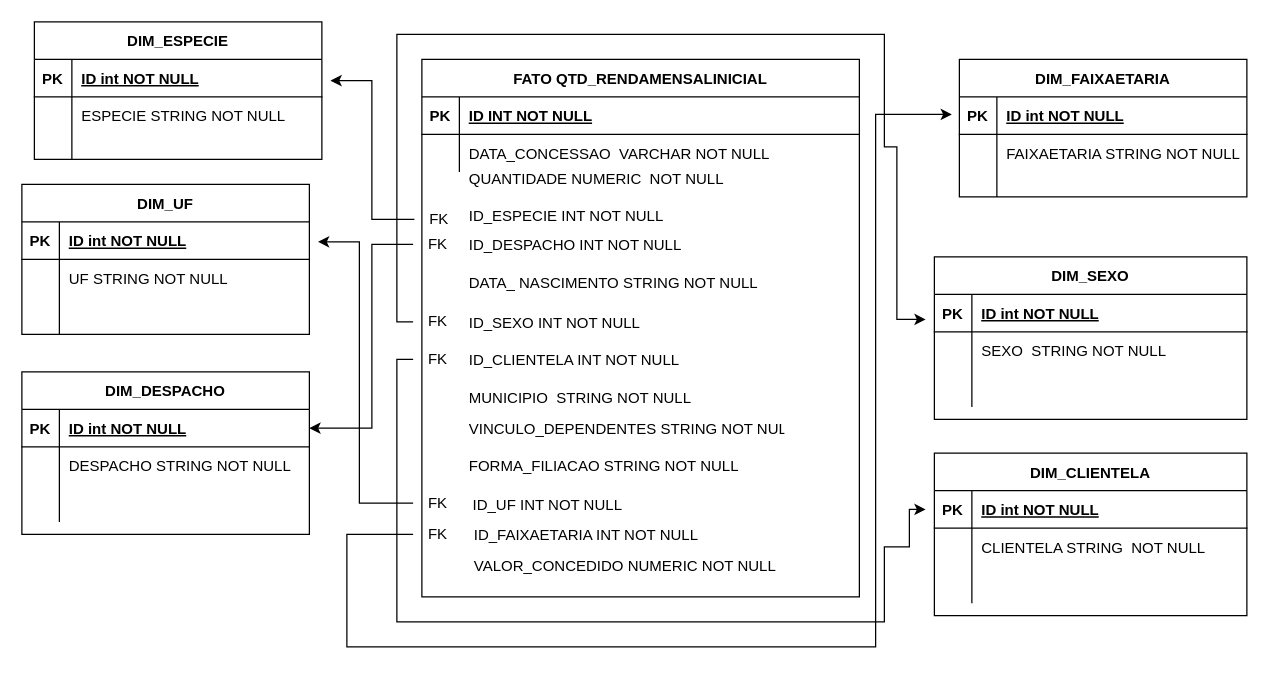
Before: Untitled Diagram.drawio in brunamedeiiros/tccpuc, a draw.io diagram. Source tidied: cells renumbered, new cells numbered last; positions are measured from the earlier drawing's top-left corner, leaving out a move shared by most shapes. Both pictures are drawn from the tidied source at 125%, with x=0, y=0 at pixel (21, 21).
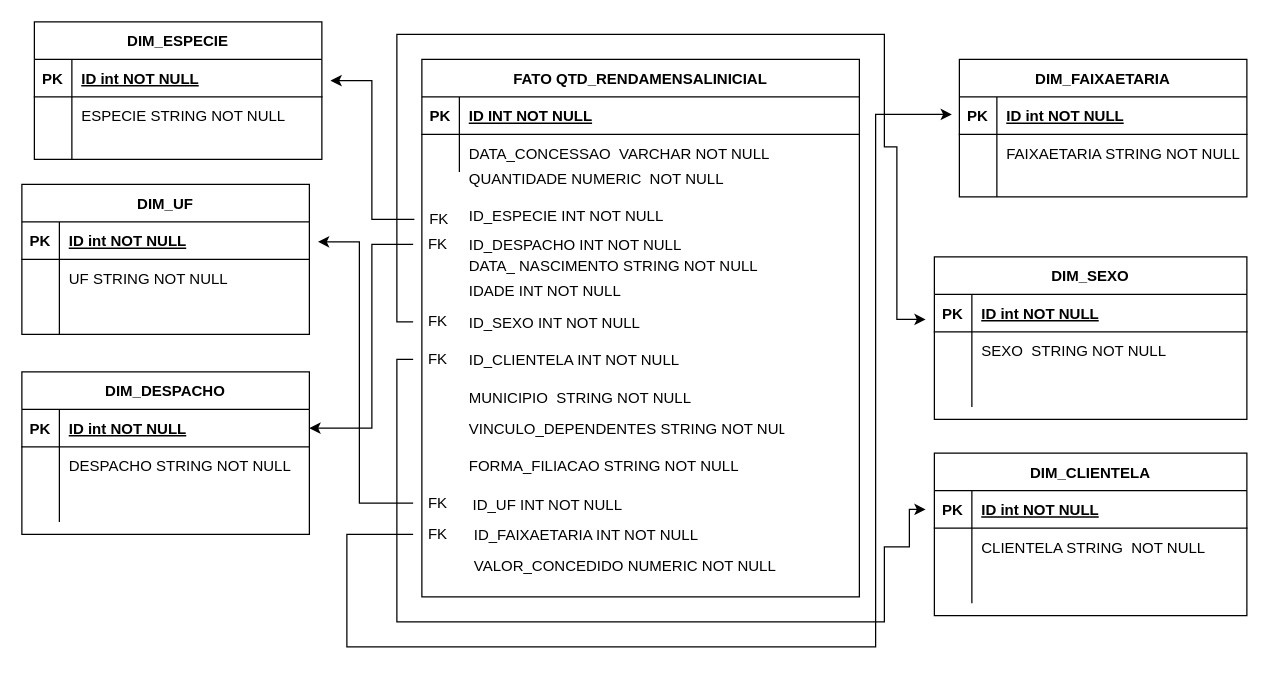
Above is the later version.

The edit, as a diff of the source:
```diff
@@
     <mxCell id="40" value="DATA_ NASCIMENTO STRING NOT NULL " style="shape=partialRectangle;overflow=hidden;fillColor=none;top=0;left=0;bottom=0;right=0;align=left;spacingLeft=6;" parent="1" vertex="1">
-      <mxGeometry x="350" y="193" width="260" height="30" as="geometry" />
+      <mxGeometry x="350" y="180" width="260" height="30" as="geometry" />
     </mxCell>
@@
+    <mxCell id="95" value="IDADE INT NOT NULL " style="shape=partialRectangle;overflow=hidden;fillColor=none;top=0;left=0;bottom=0;right=0;align=left;spacingLeft=6;" parent="1" vertex="1">
+      <mxGeometry x="350" y="200" width="260" height="30" as="geometry" />
+    </mxCell>
```
